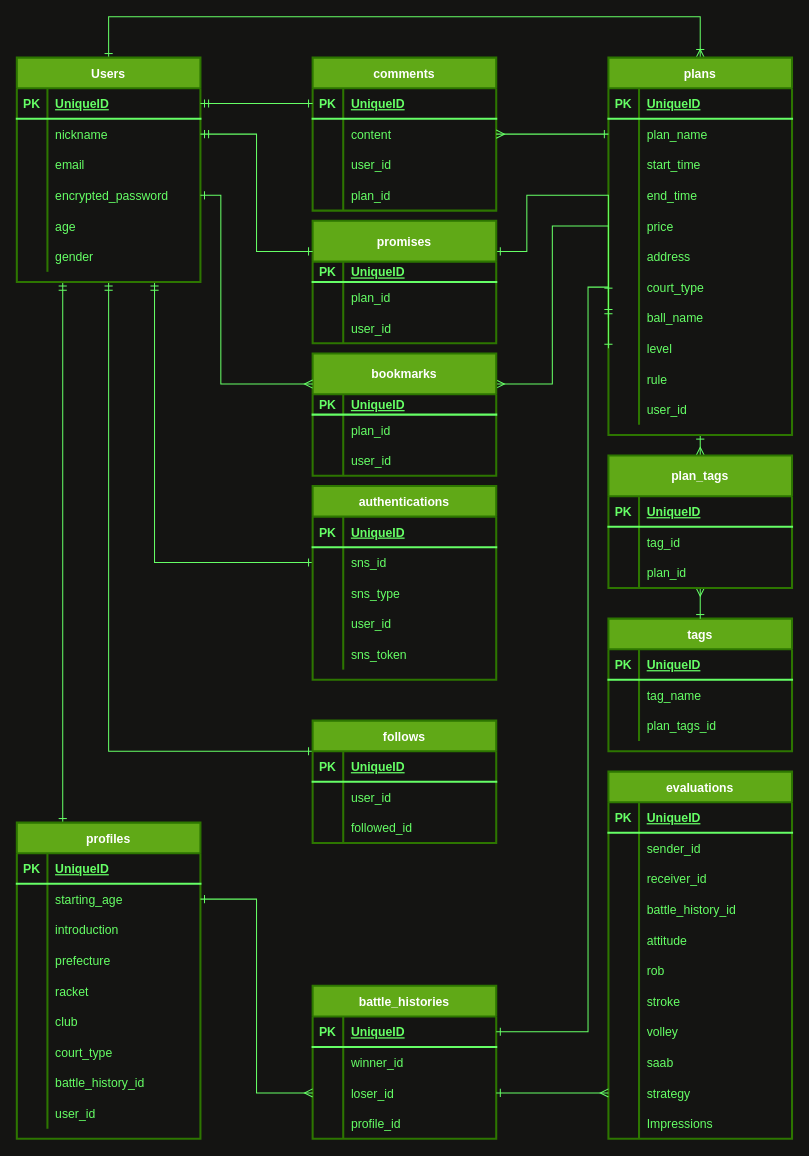
Above: config/db.dio in 0123takaokeita/Tennis_encounter (draw.io), before the change. Source tidied: cells renumbered, new cells numbered last; positions are measured from the earlier drawing's top-left corner, leaving out a move shared by most shapes. Both pictures are drawn from the tidied source at 102%, with x=0, y=0 at pixel (16, 16).
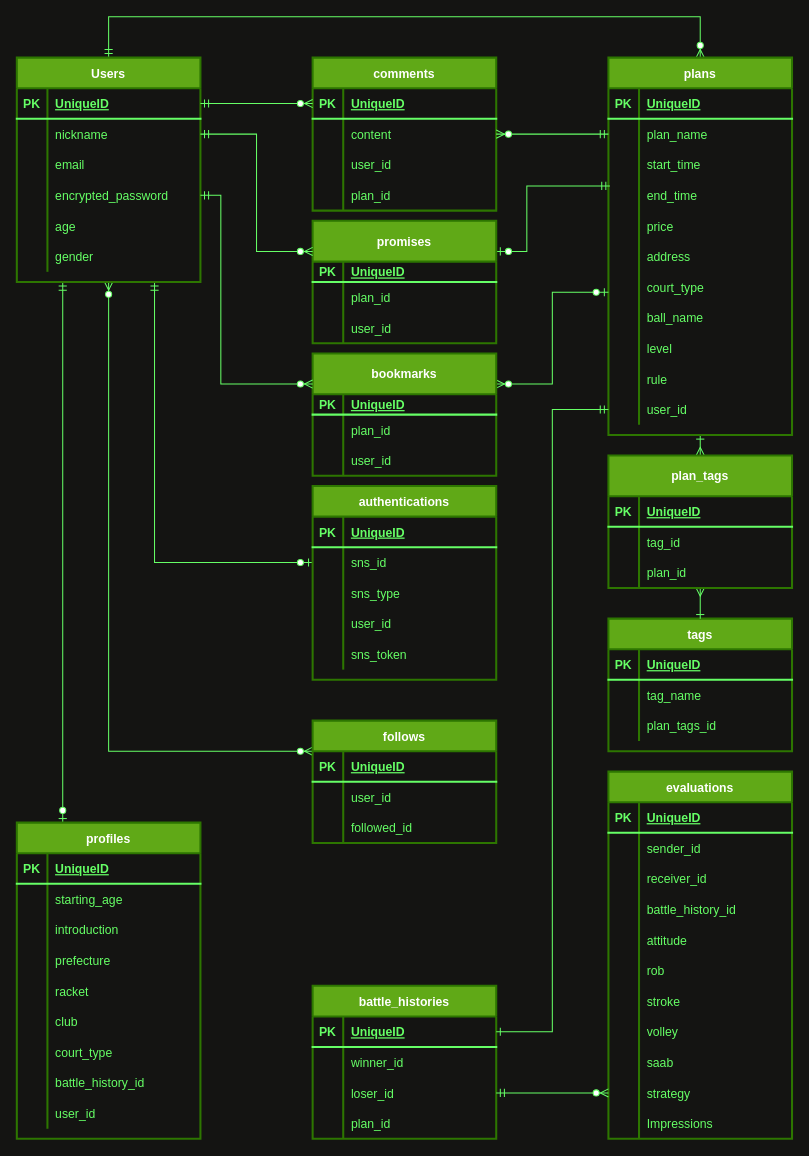
After the change.

Commit message (it also covers changes not shown here):
アソシエーションの編集

The change refers to these unchanged cells:
```xml
<mxCell id="6" value="Users" style="shape=table;startSize=30;childLayout=tableLayout;rowLines=0;fontStyle=1;align=center;labelBackgroundColor=none;strokeWidth=2;strokeColor=#2D7600;fontColor=#ffffff;fillColor=#60a917;" parent="1" vertex="1">
  <mxGeometry y="40" width="180" height="220" as="geometry" />
</mxCell>
<mxCell id="7" style="shape=partialRectangle;fillColor=none;top=0;left=0;bottom=1;right=0;points=[[0,0.5],[1,0.5]];portConstraint=eastwest;labelBackgroundColor=none;strokeWidth=2;strokeColor=#66FF66;fontColor=#66FF66;" parent="6" vertex="1">
  <mxGeometry y="30" width="180" height="30" as="geometry" />
</mxCell>
<mxCell id="10" style="shape=partialRectangle;fillColor=none;top=0;left=0;bottom=0;right=0;points=[[0,0.5],[1,0.5]];portConstraint=eastwest;labelBackgroundColor=none;strokeWidth=2;strokeColor=#66FF66;fontColor=#66FF66;" parent="6" vertex="1">
  <mxGeometry y="60" width="180" height="30" as="geometry" />
</mxCell>
<mxCell id="16" style="shape=partialRectangle;fillColor=none;top=0;left=0;bottom=0;right=0;points=[[0,0.5],[1,0.5]];portConstraint=eastwest;labelBackgroundColor=none;strokeWidth=2;strokeColor=#66FF66;fontColor=#66FF66;" parent="6" vertex="1">
  <mxGeometry y="120" width="180" height="30" as="geometry" />
</mxCell>
<mxCell id="26" value="plans" style="shape=table;startSize=30;childLayout=tableLayout;rowLines=0;fontStyle=1;align=center;labelBackgroundColor=none;strokeWidth=2;strokeColor=#2D7600;fontColor=#ffffff;fillColor=#60a917;" parent="1" vertex="1">
  <mxGeometry x="580" y="40" width="180" height="370" as="geometry" />
</mxCell>
<mxCell id="30" style="shape=partialRectangle;fillColor=none;top=0;left=0;bottom=0;right=0;points=[[0,0.5],[1,0.5]];portConstraint=eastwest;labelBackgroundColor=none;strokeWidth=2;strokeColor=#66FF66;fontColor=#66FF66;" parent="26" vertex="1">
  <mxGeometry y="60" width="180" height="30" as="geometry" />
</mxCell>
<mxCell id="36" style="shape=partialRectangle;fillColor=none;top=0;left=0;bottom=0;right=0;points=[[0,0.5],[1,0.5]];portConstraint=eastwest;labelBackgroundColor=none;strokeWidth=2;strokeColor=#66FF66;fontColor=#66FF66;" parent="26" vertex="1">
  <mxGeometry y="120" width="180" height="30" as="geometry" />
</mxCell>
<mxCell id="48" style="shape=partialRectangle;fillColor=none;top=0;left=0;bottom=0;right=0;points=[[0,0.5],[1,0.5]];portConstraint=eastwest;labelBackgroundColor=none;strokeWidth=2;strokeColor=#66FF66;fontColor=#66FF66;" parent="26" vertex="1">
  <mxGeometry y="240" width="180" height="30" as="geometry" />
</mxCell>
<mxCell id="51" style="shape=partialRectangle;fillColor=none;top=0;left=0;bottom=0;right=0;points=[[0,0.5],[1,0.5]];portConstraint=eastwest;labelBackgroundColor=none;strokeWidth=2;strokeColor=#66FF66;fontColor=#66FF66;" parent="26" vertex="1">
  <mxGeometry y="270" width="180" height="30" as="geometry" />
</mxCell>
<mxCell id="57" style="shape=partialRectangle;fillColor=none;top=0;left=0;bottom=0;right=0;points=[[0,0.5],[1,0.5]];portConstraint=eastwest;labelBackgroundColor=none;strokeWidth=2;strokeColor=#66FF66;fontColor=#66FF66;" parent="26" vertex="1">
  <mxGeometry y="330" width="180" height="30" as="geometry" />
</mxCell>
<mxCell id="60" value="profiles" style="shape=table;startSize=30;childLayout=tableLayout;rowLines=0;fontStyle=1;align=center;labelBackgroundColor=none;strokeWidth=2;strokeColor=#2D7600;fontColor=#ffffff;fillColor=#60a917;" parent="1" vertex="1">
  <mxGeometry y="790" width="180" height="310" as="geometry" />
</mxCell>
<mxCell id="64" style="shape=partialRectangle;fillColor=none;top=0;left=0;bottom=0;right=0;points=[[0,0.5],[1,0.5]];portConstraint=eastwest;labelBackgroundColor=none;strokeWidth=2;strokeColor=#66FF66;fontColor=#66FF66;" parent="60" vertex="1">
  <mxGeometry y="60" width="180" height="30" as="geometry" />
</mxCell>
<mxCell id="88" value="follows" style="shape=table;startSize=30;childLayout=tableLayout;rowLines=0;fontStyle=1;align=center;labelBackgroundColor=none;strokeWidth=2;strokeColor=#2D7600;fontColor=#ffffff;fillColor=#60a917;" parent="1" vertex="1">
  <mxGeometry x="290" y="690" width="180" height="120" as="geometry" />
</mxCell>
<mxCell id="100" value="bookmarks" style="shape=table;startSize=40;childLayout=tableLayout;rowLines=0;fontStyle=1;align=center;labelBackgroundColor=none;strokeWidth=2;strokeColor=#2D7600;fontColor=#ffffff;fillColor=#60a917;" parent="1" vertex="1">
  <mxGeometry x="290" y="330" width="180" height="120" as="geometry" />
</mxCell>
<mxCell id="111" style="shape=partialRectangle;fillColor=none;top=0;left=0;bottom=1;right=0;points=[[0,0.5],[1,0.5]];portConstraint=eastwest;labelBackgroundColor=none;strokeWidth=2;strokeColor=#66FF66;fontColor=#66FF66;" parent="110" vertex="1">
  <mxGeometry y="30" width="180" height="30" as="geometry" />
</mxCell>
<mxCell id="114" style="shape=partialRectangle;fillColor=none;top=0;left=0;bottom=0;right=0;points=[[0,0.5],[1,0.5]];portConstraint=eastwest;labelBackgroundColor=none;strokeWidth=2;strokeColor=#66FF66;fontColor=#66FF66;" parent="110" vertex="1">
  <mxGeometry y="60" width="180" height="30" as="geometry" />
</mxCell>
<mxCell id="145" style="shape=partialRectangle;fillColor=none;top=0;left=0;bottom=1;right=0;points=[[0,0.5],[1,0.5]];portConstraint=eastwest;labelBackgroundColor=none;strokeWidth=2;strokeColor=#66FF66;fontColor=#66FF66;" parent="144" vertex="1">
  <mxGeometry y="30" width="180" height="30" as="geometry" />
</mxCell>
<mxCell id="151" style="shape=partialRectangle;fillColor=none;top=0;left=0;bottom=0;right=0;points=[[0,0.5],[1,0.5]];portConstraint=eastwest;labelBackgroundColor=none;strokeWidth=2;strokeColor=#66FF66;fontColor=#66FF66;" parent="144" vertex="1">
  <mxGeometry y="90" width="180" height="30" as="geometry" />
</mxCell>
<mxCell id="154" style="shape=partialRectangle;fillColor=none;top=0;left=0;bottom=0;right=0;labelBackgroundColor=none;strokeWidth=2;strokeColor=#66FF66;fontColor=#66FF66;" parent="144" vertex="1">
  <mxGeometry y="120" width="180" height="30" as="geometry" />
</mxCell>
<mxCell id="161" style="shape=partialRectangle;fillColor=none;top=0;left=0;bottom=0;right=0;points=[[0,0.5],[1,0.5]];portConstraint=eastwest;labelBackgroundColor=none;strokeWidth=2;strokeColor=#66FF66;fontColor=#66FF66;" parent="157" vertex="1">
  <mxGeometry y="60" width="180" height="30" as="geometry" />
</mxCell>
<mxCell id="175" value="promises" style="shape=table;startSize=40;childLayout=tableLayout;rowLines=0;fontStyle=1;align=center;labelBackgroundColor=none;strokeWidth=2;strokeColor=#2D7600;fontColor=#ffffff;fillColor=#60a917;" parent="1" vertex="1">
  <mxGeometry x="290" y="200" width="180" height="120" as="geometry" />
</mxCell>
<mxCell id="218" style="shape=partialRectangle;fillColor=none;top=0;left=0;bottom=0;right=0;points=[[0,0.5],[1,0.5]];portConstraint=eastwest;labelBackgroundColor=none;strokeWidth=2;strokeColor=#66FF66;fontColor=#66FF66;" parent="190" vertex="1">
  <mxGeometry y="300" width="180" height="30" as="geometry" />
</mxCell>
```

Diff of the diagram source:
```diff
@@
-    <mxCell id="2" style="edgeStyle=orthogonalEdgeStyle;rounded=0;jettySize=auto;html=1;exitX=0.5;exitY=0;exitDx=0;exitDy=0;entryX=0.5;entryY=0;entryDx=0;entryDy=0;fontColor=#66FF66;strokeColor=#66FF66;endArrow=ERoneToMany;endFill=0;startArrow=ERone;startFill=0;" parent="1" edge="1" source="6" target="26">
+    <mxCell id="2" style="edgeStyle=orthogonalEdgeStyle;rounded=0;jettySize=auto;html=1;exitX=0.5;exitY=0;exitDx=0;exitDy=0;entryX=0.5;entryY=0;entryDx=0;entryDy=0;fontColor=#66FF66;strokeColor=#66FF66;endArrow=ERzeroToMany;endFill=1;startArrow=ERmandOne;startFill=0;" parent="1" edge="1" source="6" target="26">
       <mxGeometry relative="1" as="geometry">
         <Array as="points">
           <mxPoint x="90" />
           <mxPoint x="670" />
         </Array>
       </mxGeometry>
     </mxCell>
-    <mxCell id="3" style="edgeStyle=orthogonalEdgeStyle;rounded=0;jettySize=auto;html=1;exitX=0.25;exitY=1;exitDx=0;exitDy=0;entryX=0.25;entryY=0;entryDx=0;entryDy=0;strokeColor=#66FF66;fontColor=#66FF66;endArrow=ERone;endFill=0;startArrow=ERmandOne;startFill=0;" parent="1" edge="1" source="6" target="60">
+    <mxCell id="3" style="edgeStyle=orthogonalEdgeStyle;rounded=0;jettySize=auto;html=1;exitX=0.25;exitY=1;exitDx=0;exitDy=0;entryX=0.25;entryY=0;entryDx=0;entryDy=0;strokeColor=#66FF66;fontColor=#66FF66;endArrow=ERzeroToOne;endFill=1;startArrow=ERmandOne;startFill=0;" parent="1" edge="1" source="6" target="60">
       <mxGeometry relative="1" as="geometry" />
     </mxCell>
-    <mxCell id="4" style="edgeStyle=orthogonalEdgeStyle;rounded=0;jettySize=auto;html=1;exitX=0.5;exitY=1;exitDx=0;exitDy=0;entryX=0;entryY=0.25;entryDx=0;entryDy=0;startArrow=ERmandOne;startFill=0;endArrow=ERone;endFill=0;strokeColor=#66FF66;fontColor=#66FF66;" parent="1" edge="1" source="6" target="88">
+    <mxCell id="4" style="edgeStyle=orthogonalEdgeStyle;rounded=0;jettySize=auto;html=1;exitX=0.5;exitY=1;exitDx=0;exitDy=0;entryX=0;entryY=0.25;entryDx=0;entryDy=0;startArrow=ERzeroToMany;startFill=1;endArrow=ERzeroToMany;endFill=1;strokeColor=#66FF66;fontColor=#66FF66;" parent="1" edge="1" source="6" target="88">
       <mxGeometry relative="1" as="geometry" />
     </mxCell>
-    <mxCell id="5" style="edgeStyle=orthogonalEdgeStyle;rounded=0;jettySize=auto;html=1;exitX=0.75;exitY=1;exitDx=0;exitDy=0;entryX=0;entryY=0.5;entryDx=0;entryDy=0;startArrow=ERmandOne;startFill=0;endArrow=ERone;endFill=0;strokeColor=#66FF66;fontColor=#66FF66;" parent="1" edge="1" source="6" target="161">
+    <mxCell id="5" style="edgeStyle=orthogonalEdgeStyle;rounded=0;jettySize=auto;html=1;exitX=0.75;exitY=1;exitDx=0;exitDy=0;entryX=0;entryY=0.5;entryDx=0;entryDy=0;startArrow=ERmandOne;startFill=0;endArrow=ERzeroToOne;endFill=1;strokeColor=#66FF66;fontColor=#66FF66;" parent="1" edge="1" source="6" target="161">
       <mxGeometry relative="1" as="geometry" />
     </mxCell>
@@
-    <mxCell id="99" style="edgeStyle=orthogonalEdgeStyle;rounded=0;jettySize=auto;html=1;exitX=1;exitY=0.25;exitDx=0;exitDy=0;entryX=0;entryY=0.5;entryDx=0;entryDy=0;startArrow=ERmany;startFill=0;endArrow=ERone;endFill=0;strokeColor=#66FF66;fontColor=#66FF66;" parent="1" edge="1" source="100" target="51">
+    <mxCell id="99" style="edgeStyle=orthogonalEdgeStyle;rounded=0;jettySize=auto;html=1;exitX=1;exitY=0.25;exitDx=0;exitDy=0;startArrow=ERzeroToMany;startFill=1;endArrow=ERzeroToOne;endFill=1;strokeColor=#66FF66;fontColor=#66FF66;" parent="1" edge="1" source="100">
       <mxGeometry relative="1" as="geometry">
+        <mxPoint x="580" y="270" as="targetPoint" />
         <Array as="points">
           <mxPoint x="525" y="360" />
-          <mxPoint x="525" y="205" />
+          <mxPoint x="525" y="270" />
         </Array>
       </mxGeometry>
     </mxCell>
@@
-    <mxCell id="156" value="profile_id" style="shape=partialRectangle;fillColor=none;top=0;left=0;bottom=0;right=0;align=left;spacingLeft=6;overflow=hidden;labelBackgroundColor=none;strokeWidth=2;strokeColor=#66FF66;fontColor=#66FF66;" parent="154" vertex="1">
+    <mxCell id="156" value="plan_id" style="shape=partialRectangle;fillColor=none;top=0;left=0;bottom=0;right=0;align=left;spacingLeft=6;overflow=hidden;labelBackgroundColor=none;strokeWidth=2;strokeColor=#66FF66;fontColor=#66FF66;" parent="154" vertex="1">
       <mxGeometry x="30" width="150" height="30" as="geometry" />
     </mxCell>
@@
-    <mxCell id="173" style="edgeStyle=orthogonalEdgeStyle;rounded=0;jettySize=auto;html=1;exitX=1;exitY=0.5;exitDx=0;exitDy=0;strokeColor=#66FF66;fontColor=#66FF66;startArrow=ERmany;startFill=0;endArrow=ERone;endFill=0;" parent="1" edge="1" source="114" target="30">
+    <mxCell id="173" style="edgeStyle=orthogonalEdgeStyle;rounded=0;jettySize=auto;html=1;exitX=1;exitY=0.5;exitDx=0;exitDy=0;strokeColor=#66FF66;fontColor=#66FF66;startArrow=ERzeroToMany;startFill=1;endArrow=ERmandOne;endFill=0;" parent="1" edge="1" source="114" target="30">
       <mxGeometry relative="1" as="geometry" />
     </mxCell>
-    <mxCell id="174" style="edgeStyle=orthogonalEdgeStyle;rounded=0;jettySize=auto;html=1;exitX=1;exitY=0.25;exitDx=0;exitDy=0;entryX=0;entryY=0.5;entryDx=0;entryDy=0;strokeColor=#66FF66;fontColor=#66FF66;endArrow=ERmandOne;endFill=0;startArrow=ERone;startFill=0;" parent="1" edge="1" source="175" target="48">
+    <mxCell id="174" style="edgeStyle=orthogonalEdgeStyle;rounded=0;jettySize=auto;html=1;exitX=1;exitY=0.25;exitDx=0;exitDy=0;entryX=0.008;entryY=0.193;entryDx=0;entryDy=0;strokeColor=#66FF66;fontColor=#66FF66;endArrow=ERmandOne;endFill=0;startArrow=ERzeroToOne;startFill=1;entryPerimeter=0;" parent="1" edge="1" source="175" target="36">
       <mxGeometry relative="1" as="geometry">
         <Array as="points">
           <mxPoint x="500" y="230" />
-          <mxPoint x="500" y="175" />
+          <mxPoint x="500" y="166" />
         </Array>
       </mxGeometry>
     </mxCell>
@@
-    <mxCell id="185" style="edgeStyle=orthogonalEdgeStyle;rounded=0;jettySize=auto;html=1;exitX=0;exitY=0.5;exitDx=0;exitDy=0;entryX=1;entryY=0.5;entryDx=0;entryDy=0;startArrow=ERmany;startFill=0;endArrow=ERone;endFill=0;strokeColor=#66FF66;fontColor=#66FF66;fontStyle=1;" parent="1" edge="1" source="151" target="64">
-      <mxGeometry relative="1" as="geometry" />
-    </mxCell>
-    <mxCell id="186" style="edgeStyle=orthogonalEdgeStyle;rounded=0;jettySize=auto;html=1;exitX=1;exitY=0.5;exitDx=0;exitDy=0;entryX=0;entryY=0.5;entryDx=0;entryDy=0;startArrow=ERmandOne;startFill=0;endArrow=ERone;endFill=0;strokeColor=#66FF66;fontColor=#66FF66;" parent="1" edge="1" source="7" target="111">
+    <mxCell id="186" style="edgeStyle=orthogonalEdgeStyle;rounded=0;jettySize=auto;html=1;exitX=1;exitY=0.5;exitDx=0;exitDy=0;entryX=0;entryY=0.5;entryDx=0;entryDy=0;startArrow=ERmandOne;startFill=0;endArrow=ERzeroToMany;endFill=1;strokeColor=#66FF66;fontColor=#66FF66;" parent="1" edge="1" source="7" target="111">
       <mxGeometry relative="1" as="geometry" />
     </mxCell>
-    <mxCell id="187" style="edgeStyle=orthogonalEdgeStyle;rounded=0;jettySize=auto;html=1;exitX=1;exitY=0.5;exitDx=0;exitDy=0;entryX=0;entryY=0.25;entryDx=0;entryDy=0;startArrow=ERmandOne;startFill=0;endArrow=ERone;endFill=0;strokeColor=#66FF66;fontColor=#66FF66;" parent="1" edge="1" source="10" target="175">
+    <mxCell id="187" style="edgeStyle=orthogonalEdgeStyle;rounded=0;jettySize=auto;html=1;exitX=1;exitY=0.5;exitDx=0;exitDy=0;entryX=0;entryY=0.25;entryDx=0;entryDy=0;startArrow=ERmandOne;startFill=0;endArrow=ERzeroToMany;endFill=1;strokeColor=#66FF66;fontColor=#66FF66;" parent="1" edge="1" source="10" target="175">
       <mxGeometry relative="1" as="geometry" />
     </mxCell>
-    <mxCell id="188" style="edgeStyle=orthogonalEdgeStyle;rounded=0;jettySize=auto;html=1;exitX=1;exitY=0.5;exitDx=0;exitDy=0;entryX=0;entryY=0.25;entryDx=0;entryDy=0;startArrow=ERone;startFill=0;endArrow=ERmany;endFill=0;strokeColor=#66FF66;fontColor=#66FF66;" parent="1" edge="1" source="16" target="100">
+    <mxCell id="188" style="edgeStyle=orthogonalEdgeStyle;rounded=0;jettySize=auto;html=1;exitX=1;exitY=0.5;exitDx=0;exitDy=0;entryX=0;entryY=0.25;entryDx=0;entryDy=0;startArrow=ERmandOne;startFill=0;endArrow=ERzeroToMany;endFill=1;strokeColor=#66FF66;fontColor=#66FF66;" parent="1" edge="1" source="16" target="100">
       <mxGeometry relative="1" as="geometry">
         <Array as="points">
           <mxPoint x="200" y="175" />
           <mxPoint x="200" y="360" />
         </Array>
       </mxGeometry>
     </mxCell>
-    <mxCell id="189" style="edgeStyle=orthogonalEdgeStyle;rounded=0;jettySize=auto;html=1;exitX=1;exitY=0.5;exitDx=0;exitDy=0;startArrow=ERone;startFill=0;endArrow=ERone;endFill=0;strokeColor=#66FF66;fontColor=#66FF66;" parent="1" edge="1" source="145">
-      <mxGeometry relative="1" as="geometry">
-        <mxPoint x="580" y="270" as="targetPoint" />
-        <Array as="points">
-          <mxPoint x="560" y="995" />
-          <mxPoint x="560" y="265" />
-          <mxPoint x="580" y="265" />
-        </Array>
-      </mxGeometry>
-    </mxCell>
@@
-    <mxCell id="224" style="edgeStyle=orthogonalEdgeStyle;rounded=0;jettySize=auto;html=1;exitX=1;exitY=0.5;exitDx=0;exitDy=0;startArrow=ERone;startFill=0;endArrow=ERmany;endFill=0;fillColor=#60a917;strokeColor=#66FF66;" parent="1" edge="1" source="151" target="218">
+    <mxCell id="224" style="edgeStyle=orthogonalEdgeStyle;rounded=0;jettySize=auto;html=1;exitX=1;exitY=0.5;exitDx=0;exitDy=0;startArrow=ERmandOne;startFill=0;endArrow=ERzeroToMany;endFill=1;fillColor=#60a917;strokeColor=#66FF66;" parent="1" edge="1" source="151" target="218">
       <mxGeometry relative="1" as="geometry" />
     </mxCell>
+    <mxCell id="225" style="edgeStyle=orthogonalEdgeStyle;rounded=0;jettySize=auto;html=1;exitX=1;exitY=0.5;exitDx=0;exitDy=0;entryX=0;entryY=0.5;entryDx=0;entryDy=0;startArrow=ERone;startFill=0;endArrow=ERmandOne;endFill=0;fillColor=#60a917;strokeColor=#66FF66;" parent="1" edge="1" source="145" target="57">
+      <mxGeometry relative="1" as="geometry" />
+    </mxCell>
```
